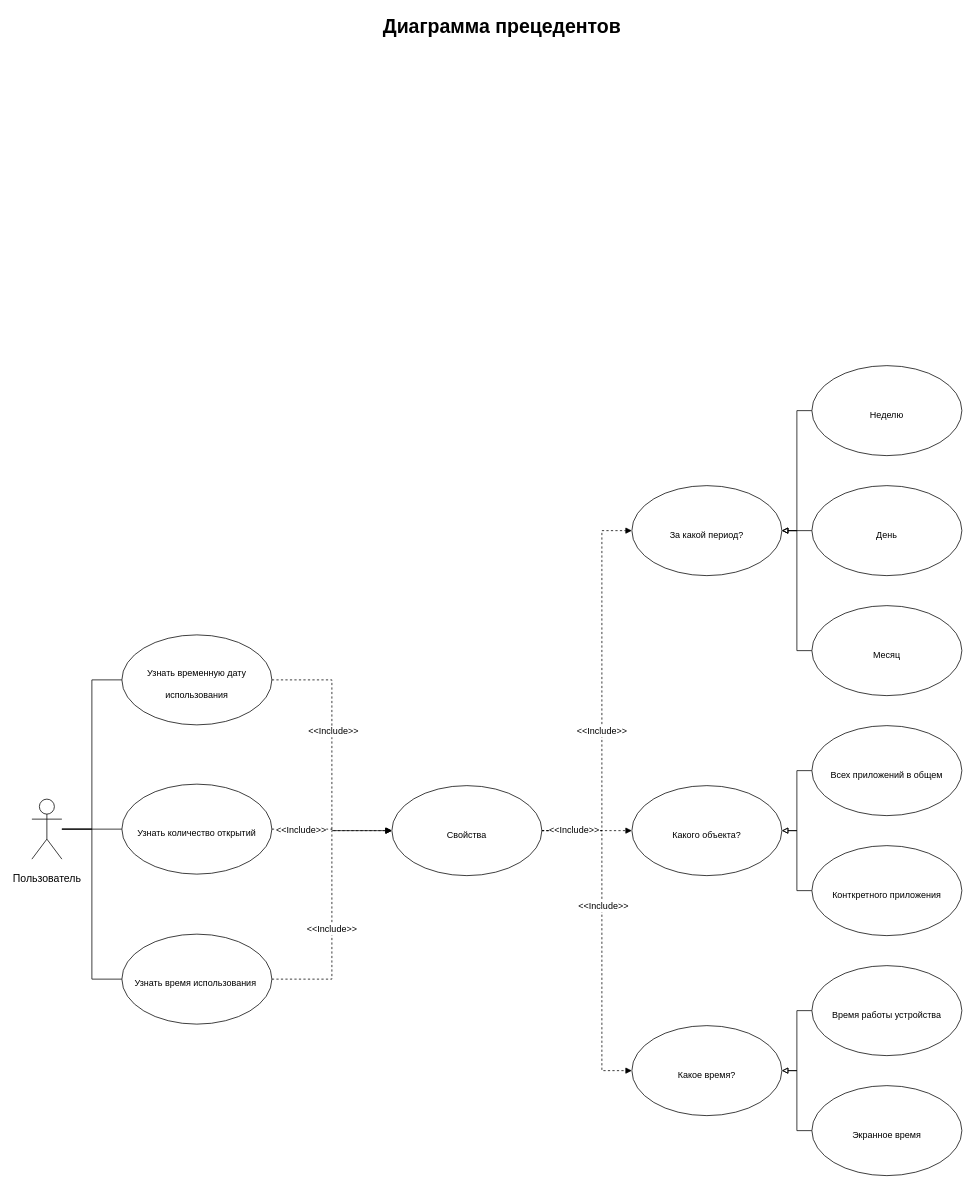
The draw.io diagram page "Диаграмма прецедентов" (2 of 3) of Specification.drawio in WinstonMDP/Profiler, before the edit. Source tidied: cells renumbered, new cells numbered last; positions are measured from the earlier drawing's top-left corner, leaving out a move shared by most shapes. Both pictures are drawn from the tidied source at 75%, with x=0, y=0 at pixel (32, 13).
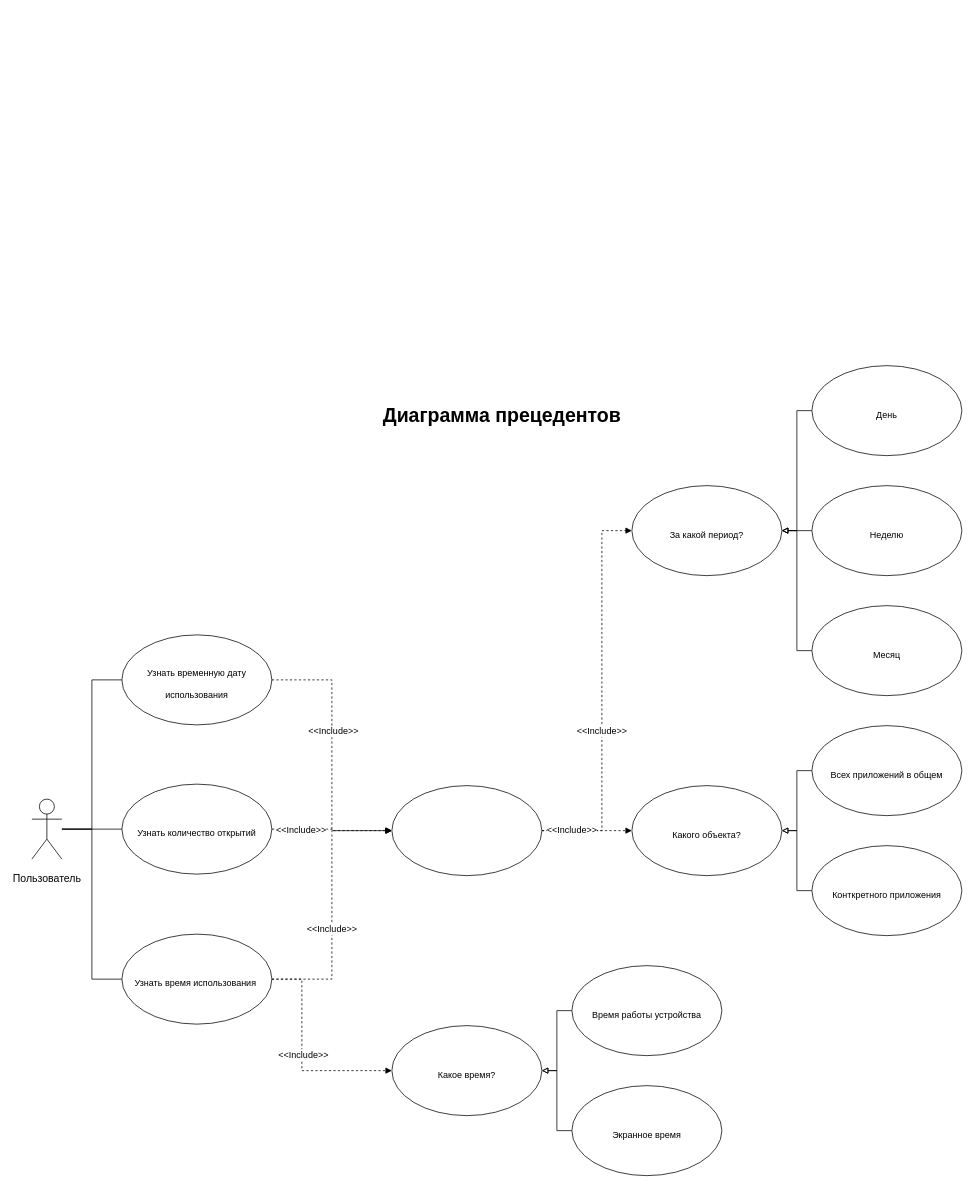
After the change.

Unchanged cells that the change refers to:
```xml
<mxCell id="13" value="&lt;font style=&quot;font-size: 12px&quot;&gt;Узнать время использования&amp;nbsp;&lt;/font&gt;" style="ellipse;whiteSpace=wrap;html=1;fontFamily=Helvetica;fontSize=25;spacingBottom=0;" parent="1" vertex="1">
  <mxGeometry x="120" y="1228" width="200" height="120" as="geometry" />
</mxCell>
<mxCell id="38" style="edgeStyle=orthogonalEdgeStyle;rounded=0;jumpSize=6;jettySize=auto;html=1;entryX=0;entryY=0.5;entryDx=0;entryDy=0;fontSize=12;endArrow=block;endFill=1;endSize=6;dashed=1;exitX=1;exitY=0.5;exitDx=0;exitDy=0;" parent="1" edge="1" source="29" target="16">
  <mxGeometry relative="1" as="geometry" />
</mxCell>
```

What changed in the source:
```diff
@@
     <mxCell id="2" value="Диаграмма прецедентов" style="text;align=center;fontStyle=1;verticalAlign=middle;spacingLeft=3;spacingRight=3;strokeColor=none;glass=0;rounded=0;shadow=0;fontSize=26;fontFamily=Helvetica;spacingBottom=0;" parent="1" vertex="1">
-      <mxGeometry x="584" width="86" height="30" as="geometry" />
+      <mxGeometry x="584" y="518" width="86" height="30" as="geometry" />
     </mxCell>
@@
     <mxCell id="8" value="&lt;span style=&quot;font-size: 12px&quot;&gt;Время работы устройства&lt;br&gt;&lt;/span&gt;" style="ellipse;whiteSpace=wrap;html=1;fontFamily=Helvetica;fontSize=25;spacingBottom=0;" parent="1" vertex="1">
-      <mxGeometry x="1040" y="1270" width="200" height="120" as="geometry" />
+      <mxGeometry x="720" y="1270" width="200" height="120" as="geometry" />
     </mxCell>
@@
     <mxCell id="10" value="&lt;span style=&quot;font-size: 12px&quot;&gt;Экранное время&lt;br&gt;&lt;/span&gt;" style="ellipse;whiteSpace=wrap;html=1;fontFamily=Helvetica;fontSize=25;spacingBottom=0;" parent="1" vertex="1">
-      <mxGeometry x="1040" y="1430" width="200" height="120" as="geometry" />
+      <mxGeometry x="720" y="1430" width="200" height="120" as="geometry" />
     </mxCell>
@@
     <mxCell id="19" value="&lt;font style=&quot;font-size: 12px&quot;&gt;Какое время?&lt;/font&gt;" style="ellipse;whiteSpace=wrap;html=1;fontFamily=Helvetica;fontSize=25;spacingBottom=0;" parent="1" vertex="1">
-      <mxGeometry x="800" y="1350" width="200" height="120" as="geometry" />
+      <mxGeometry x="480" y="1350" width="200" height="120" as="geometry" />
     </mxCell>
@@
-    <mxCell id="24" value="&lt;span style=&quot;font-size: 12px&quot;&gt;Неделю&lt;/span&gt;" style="ellipse;whiteSpace=wrap;html=1;fontFamily=Helvetica;fontSize=25;spacingBottom=0;" parent="1" vertex="1">
+    <mxCell id="24" value="&lt;span style=&quot;font-size: 12px&quot;&gt;День&lt;/span&gt;" style="ellipse;whiteSpace=wrap;html=1;fontFamily=Helvetica;fontSize=25;spacingBottom=0;" parent="1" vertex="1">
       <mxGeometry x="1040" y="470" width="200" height="120" as="geometry" />
     </mxCell>
@@
-    <mxCell id="26" value="&lt;span style=&quot;font-size: 12px&quot;&gt;День&lt;/span&gt;" style="ellipse;whiteSpace=wrap;html=1;fontFamily=Helvetica;fontSize=25;spacingBottom=0;" parent="1" vertex="1">
+    <mxCell id="26" value="&lt;span style=&quot;font-size: 12px&quot;&gt;Неделю&lt;/span&gt;" style="ellipse;whiteSpace=wrap;html=1;fontFamily=Helvetica;fontSize=25;spacingBottom=0;" parent="1" vertex="1">
       <mxGeometry x="1040" y="630" width="200" height="120" as="geometry" />
     </mxCell>
@@
-    <mxCell id="29" value="&lt;span style=&quot;font-size: 12px&quot;&gt;Свойства&lt;/span&gt;" style="ellipse;whiteSpace=wrap;html=1;fontFamily=Helvetica;fontSize=25;spacingBottom=0;" parent="1" vertex="1">
+    <mxCell id="29" style="ellipse;whiteSpace=wrap;html=1;fontFamily=Helvetica;fontSize=25;spacingBottom=0;" parent="1" vertex="1">
       <mxGeometry x="480" y="1030" width="200" height="120" as="geometry" />
     </mxCell>
@@
-    <mxCell id="34" style="edgeStyle=orthogonalEdgeStyle;rounded=0;jumpSize=6;jettySize=auto;html=1;entryX=0;entryY=0.5;entryDx=0;entryDy=0;fontSize=12;endArrow=block;endFill=1;endSize=6;dashed=1;exitX=1;exitY=0.5;exitDx=0;exitDy=0;" parent="1" edge="1" source="29" target="19">
-      <mxGeometry relative="1" as="geometry">
-        <Array as="points">
-          <mxPoint x="760" y="1090" />
-          <mxPoint x="760" y="1410" />
-        </Array>
-      </mxGeometry>
-    </mxCell>
-    <mxCell id="35" value="&amp;lt;&amp;lt;Include&amp;gt;&amp;gt;" style="edgeLabel;html=1;align=center;verticalAlign=middle;fontSize=12;" parent="34" vertex="1">
-      <mxGeometry x="-0.18" y="1" relative="1" as="geometry" />
-    </mxCell>
@@
     <mxCell id="39" value="&amp;lt;&amp;lt;Include&amp;gt;&amp;gt;" style="edgeLabel;html=1;align=center;verticalAlign=middle;fontSize=12;" parent="38" vertex="1">
       <mxGeometry x="-0.18" y="1" relative="1" as="geometry">
-        <mxPoint x="-7" as="offset" />
+        <mxPoint x="-10" as="offset" />
       </mxGeometry>
     </mxCell>
+    <mxCell id="40" style="edgeStyle=orthogonalEdgeStyle;rounded=0;jumpSize=6;jettySize=auto;html=1;entryX=0;entryY=0.5;entryDx=0;entryDy=0;fontSize=12;endArrow=block;endFill=1;endSize=6;dashed=1;exitX=1;exitY=0.5;exitDx=0;exitDy=0;" parent="1" edge="1" source="13" target="19">
+      <mxGeometry relative="1" as="geometry">
+        <Array as="points">
+          <mxPoint x="360" y="1288" />
+          <mxPoint x="360" y="1410" />
+        </Array>
+      </mxGeometry>
+    </mxCell>
+    <mxCell id="35" value="&amp;lt;&amp;lt;Include&amp;gt;&amp;gt;" style="edgeLabel;html=1;align=center;verticalAlign=middle;fontSize=12;" parent="40" vertex="1">
+      <mxGeometry x="-0.18" y="1" relative="1" as="geometry">
+        <mxPoint y="24" as="offset" />
+      </mxGeometry>
+    </mxCell>
```
